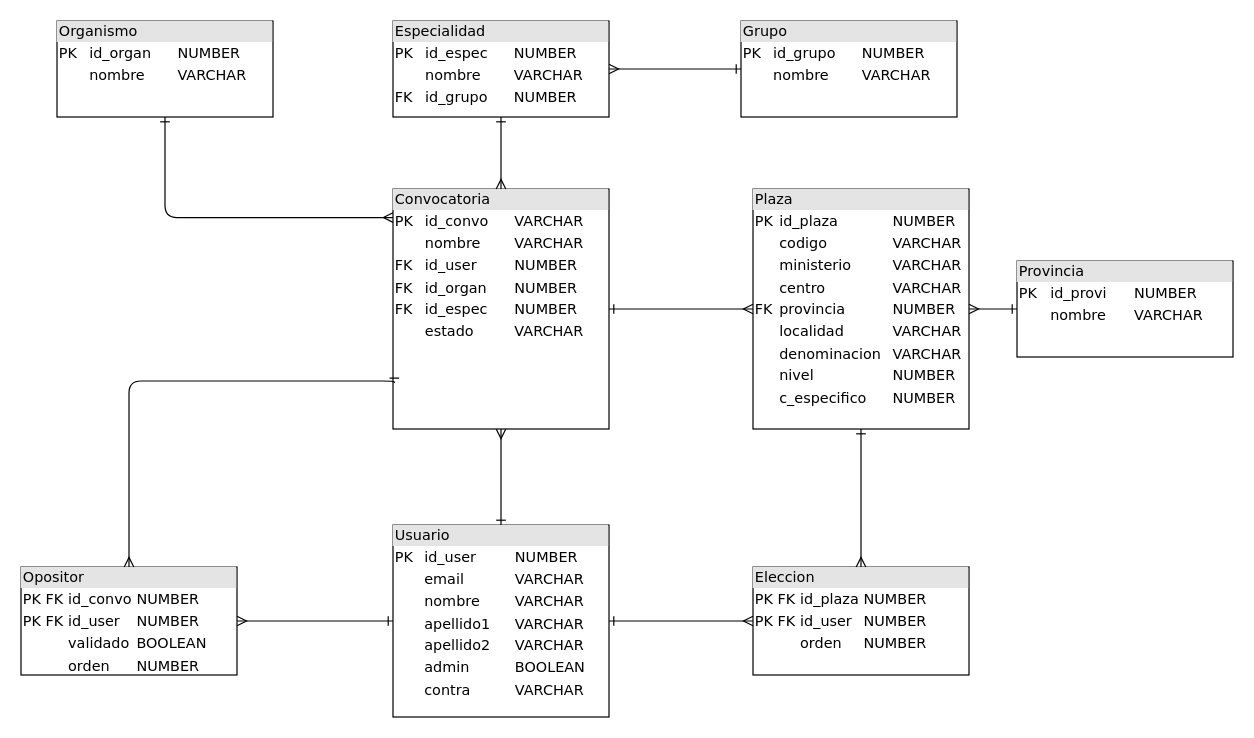
This is src/main/doc/diagramas/DiagramaRelacionalBaseDatos.drawio from Castillo82/simudest, a draw.io file, before an edit. Source tidied: cells renumbered, new cells numbered last; positions are measured from the earlier drawing's top-left corner, leaving out a move shared by most shapes. Both pictures are drawn from the tidied source at 120%, with x=0, y=0 at pixel (20, 20).
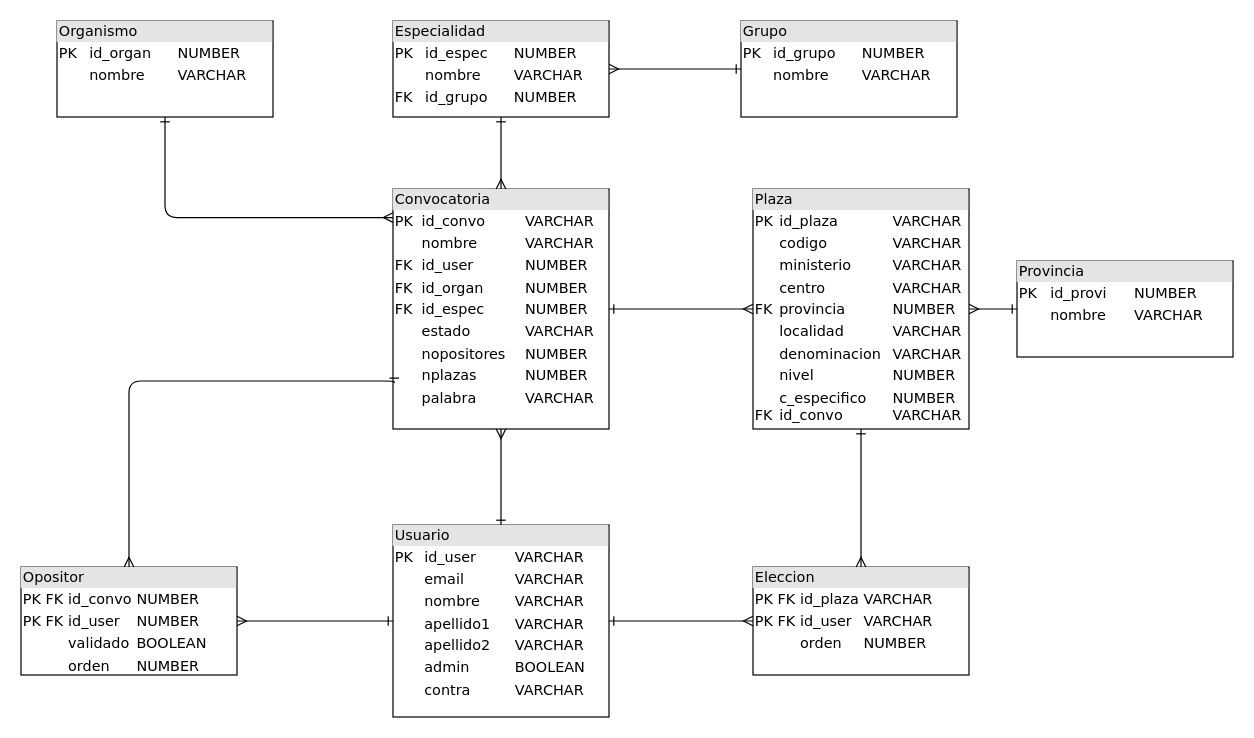
Above is the later version.

Diff of the diagram source:
```diff
@@
-    <mxCell id="2" value="&lt;div style=&quot;box-sizing: border-box ; width: 100% ; background: #e4e4e4 ; padding: 2px&quot;&gt;Plaza&lt;br&gt;&lt;/div&gt;&lt;table style=&quot;width: 100% ; font-size: 1em&quot; cellspacing=&quot;0&quot; cellpadding=&quot;2&quot;&gt;&lt;tbody&gt;&lt;tr&gt;&lt;td&gt;PK&lt;br&gt;&lt;/td&gt;&lt;td&gt;id_plaza&lt;br&gt;&lt;/td&gt;&lt;td&gt;NUMBER&lt;br&gt;&lt;/td&gt;&lt;/tr&gt;&lt;tr&gt;&lt;td&gt;&lt;br&gt;&lt;/td&gt;&lt;td&gt;codigo&lt;br&gt;&lt;/td&gt;&lt;td&gt;VARCHAR&lt;br&gt;&lt;/td&gt;&lt;/tr&gt;&lt;tr&gt;&lt;td&gt;&lt;br&gt;&lt;/td&gt;&lt;td&gt;ministerio&lt;br&gt;&lt;/td&gt;&lt;td&gt;VARCHAR&lt;br&gt;&lt;/td&gt;&lt;/tr&gt;&lt;tr&gt;&lt;td&gt;&lt;br&gt;&lt;/td&gt;&lt;td&gt;centro&lt;br&gt;&lt;/td&gt;&lt;td&gt;VARCHAR&lt;/td&gt;&lt;/tr&gt;&lt;tr&gt;&lt;td&gt;FK&lt;br&gt;&lt;/td&gt;&lt;td&gt;provincia&lt;br&gt;&lt;/td&gt;&lt;td&gt;NUMBER&lt;br&gt;&lt;/td&gt;&lt;/tr&gt;&lt;tr&gt;&lt;td&gt;&lt;br&gt;&lt;/td&gt;&lt;td&gt;localidad&lt;br&gt;&lt;/td&gt;&lt;td&gt;VARCHAR&lt;/td&gt;&lt;/tr&gt;&lt;tr&gt;&lt;td&gt;&lt;br&gt;&lt;/td&gt;&lt;td&gt;denominacion&lt;br&gt;&lt;/td&gt;&lt;td&gt;VARCHAR&lt;/td&gt;&lt;/tr&gt;&lt;tr&gt;&lt;td&gt;&lt;br&gt;&lt;/td&gt;&lt;td&gt;nivel&lt;br&gt;&lt;/td&gt;&lt;td&gt;NUMBER&lt;br&gt;&lt;/td&gt;&lt;/tr&gt;&lt;tr&gt;&lt;td&gt;&lt;br&gt;&lt;/td&gt;&lt;td&gt;c_especifico&lt;br&gt;&lt;/td&gt;&lt;td&gt;NUMBER&lt;br&gt;&lt;/td&gt;&lt;/tr&gt;&lt;/tbody&gt;&lt;/table&gt;" style="verticalAlign=top;align=left;overflow=fill;html=1;rounded=0;shadow=0;comic=0;labelBackgroundColor=none;strokeWidth=1;fontFamily=Verdana;fontSize=12;" parent="1" vertex="1">
+    <mxCell id="2" value="&lt;div style=&quot;box-sizing: border-box ; width: 100% ; background: #e4e4e4 ; padding: 2px&quot;&gt;Plaza&lt;br&gt;&lt;/div&gt;&lt;table style=&quot;width: 100% ; font-size: 1em&quot; cellspacing=&quot;0&quot; cellpadding=&quot;2&quot;&gt;&lt;tbody&gt;&lt;tr&gt;&lt;td&gt;PK&lt;br&gt;&lt;/td&gt;&lt;td&gt;id_plaza&lt;br&gt;&lt;/td&gt;&lt;td&gt;VARCHAR&lt;/td&gt;&lt;/tr&gt;&lt;tr&gt;&lt;td&gt;&lt;br&gt;&lt;/td&gt;&lt;td&gt;codigo&lt;br&gt;&lt;/td&gt;&lt;td&gt;VARCHAR&lt;br&gt;&lt;/td&gt;&lt;/tr&gt;&lt;tr&gt;&lt;td&gt;&lt;br&gt;&lt;/td&gt;&lt;td&gt;ministerio&lt;br&gt;&lt;/td&gt;&lt;td&gt;VARCHAR&lt;br&gt;&lt;/td&gt;&lt;/tr&gt;&lt;tr&gt;&lt;td&gt;&lt;br&gt;&lt;/td&gt;&lt;td&gt;centro&lt;br&gt;&lt;/td&gt;&lt;td&gt;VARCHAR&lt;/td&gt;&lt;/tr&gt;&lt;tr&gt;&lt;td&gt;FK&lt;br&gt;&lt;/td&gt;&lt;td&gt;provincia&lt;br&gt;&lt;/td&gt;&lt;td&gt;NUMBER&lt;br&gt;&lt;/td&gt;&lt;/tr&gt;&lt;tr&gt;&lt;td&gt;&lt;br&gt;&lt;/td&gt;&lt;td&gt;localidad&lt;br&gt;&lt;/td&gt;&lt;td&gt;VARCHAR&lt;/td&gt;&lt;/tr&gt;&lt;tr&gt;&lt;td&gt;&lt;br&gt;&lt;/td&gt;&lt;td&gt;denominacion&lt;br&gt;&lt;/td&gt;&lt;td&gt;VARCHAR&lt;/td&gt;&lt;/tr&gt;&lt;tr&gt;&lt;td&gt;&lt;br&gt;&lt;/td&gt;&lt;td&gt;nivel&lt;br&gt;&lt;/td&gt;&lt;td&gt;NUMBER&lt;br&gt;&lt;/td&gt;&lt;/tr&gt;&lt;tr&gt;&lt;td&gt;&lt;br&gt;FK&lt;br&gt;&lt;/td&gt;&lt;td&gt;c_especifico&lt;br&gt;id_convo&lt;br&gt;&lt;/td&gt;&lt;td&gt;NUMBER&lt;br&gt;VARCHAR&lt;br&gt;&lt;/td&gt;&lt;/tr&gt;&lt;/tbody&gt;&lt;/table&gt;" style="verticalAlign=top;align=left;overflow=fill;html=1;rounded=0;shadow=0;comic=0;labelBackgroundColor=none;strokeWidth=1;fontFamily=Verdana;fontSize=12;" parent="1" vertex="1">
       <mxGeometry x="610" y="140" width="180" height="200" as="geometry" />
     </mxCell>
-    <mxCell id="3" value="&lt;div style=&quot;box-sizing: border-box ; width: 100% ; background: #e4e4e4 ; padding: 2px&quot;&gt;Eleccion&lt;/div&gt;&lt;table cellspacing=&quot;0&quot; cellpadding=&quot;2&quot;&gt;&lt;tbody&gt;&lt;tr&gt;&lt;td&gt;PK FK&lt;br&gt;&lt;/td&gt;&lt;td&gt;id_plaza&lt;br&gt;&lt;/td&gt;&lt;td&gt;NUMBER&lt;br&gt;&lt;/td&gt;&lt;/tr&gt;&lt;tr&gt;&lt;td&gt;PK FK&lt;br&gt;&lt;/td&gt;&lt;td&gt;id_user&lt;br&gt;&lt;/td&gt;&lt;td&gt;NUMBER&lt;br&gt;&lt;/td&gt;&lt;/tr&gt;&lt;tr&gt;&lt;td&gt;&lt;br&gt;&lt;/td&gt;&lt;td&gt;orden&lt;br&gt;&lt;/td&gt;&lt;td&gt;NUMBER&lt;br&gt;&lt;/td&gt;&lt;/tr&gt;&lt;tr&gt;&lt;td&gt;&lt;br&gt;&lt;/td&gt;&lt;td&gt;&lt;br&gt;&lt;/td&gt;&lt;td&gt;&lt;br&gt;&lt;/td&gt;&lt;/tr&gt;&lt;tr&gt;&lt;td&gt;&lt;br&gt;&lt;/td&gt;&lt;td&gt;&lt;br&gt;&lt;/td&gt;&lt;td&gt;&lt;br&gt;&lt;/td&gt;&lt;/tr&gt;&lt;/tbody&gt;&lt;/table&gt;" style="verticalAlign=top;align=left;overflow=fill;html=1;rounded=0;shadow=0;comic=0;labelBackgroundColor=none;strokeWidth=1;fontFamily=Verdana;fontSize=12;" parent="1" vertex="1">
+    <mxCell id="3" value="&lt;div style=&quot;box-sizing: border-box ; width: 100% ; background: #e4e4e4 ; padding: 2px&quot;&gt;Eleccion&lt;/div&gt;&lt;table cellspacing=&quot;0&quot; cellpadding=&quot;2&quot;&gt;&lt;tbody&gt;&lt;tr&gt;&lt;td&gt;PK FK&lt;br&gt;&lt;/td&gt;&lt;td&gt;id_plaza&lt;br&gt;&lt;/td&gt;&lt;td&gt;VARCHAR&lt;/td&gt;&lt;/tr&gt;&lt;tr&gt;&lt;td&gt;PK FK&lt;br&gt;&lt;/td&gt;&lt;td&gt;id_user&lt;br&gt;&lt;/td&gt;&lt;td&gt;VARCHAR&lt;/td&gt;&lt;/tr&gt;&lt;tr&gt;&lt;td&gt;&lt;br&gt;&lt;/td&gt;&lt;td&gt;orden&lt;br&gt;&lt;/td&gt;&lt;td&gt;NUMBER&lt;br&gt;&lt;/td&gt;&lt;/tr&gt;&lt;tr&gt;&lt;td&gt;&lt;br&gt;&lt;/td&gt;&lt;td&gt;&lt;br&gt;&lt;/td&gt;&lt;td&gt;&lt;br&gt;&lt;/td&gt;&lt;/tr&gt;&lt;tr&gt;&lt;td&gt;&lt;br&gt;&lt;/td&gt;&lt;td&gt;&lt;br&gt;&lt;/td&gt;&lt;td&gt;&lt;br&gt;&lt;/td&gt;&lt;/tr&gt;&lt;/tbody&gt;&lt;/table&gt;" style="verticalAlign=top;align=left;overflow=fill;html=1;rounded=0;shadow=0;comic=0;labelBackgroundColor=none;strokeWidth=1;fontFamily=Verdana;fontSize=12;" parent="1" vertex="1">
       <mxGeometry x="610" y="455" width="180" height="90" as="geometry" />
     </mxCell>
@@
-    <mxCell id="9" value="&lt;div style=&quot;box-sizing: border-box ; width: 100% ; background: #e4e4e4 ; padding: 2px&quot;&gt;Usuario&lt;br&gt;&lt;/div&gt;&lt;table style=&quot;width: 100% ; font-size: 1em&quot; cellspacing=&quot;0&quot; cellpadding=&quot;2&quot;&gt;&lt;tbody&gt;&lt;tr&gt;&lt;td&gt;PK&lt;br&gt;&lt;/td&gt;&lt;td&gt;id_user&lt;br&gt;&lt;/td&gt;&lt;td&gt;NUMBER&lt;br&gt;&lt;/td&gt;&lt;/tr&gt;&lt;tr&gt;&lt;td&gt;&lt;br&gt;&lt;/td&gt;&lt;td&gt;email&lt;br&gt;&lt;/td&gt;&lt;td&gt;VARCHAR&lt;br&gt;&lt;/td&gt;&lt;/tr&gt;&lt;tr&gt;&lt;td&gt;&lt;br&gt;&lt;/td&gt;&lt;td&gt;nombre&lt;br&gt;&lt;/td&gt;&lt;td&gt;VARCHAR&lt;/td&gt;&lt;/tr&gt;&lt;tr&gt;&lt;td&gt;&lt;br&gt;&lt;/td&gt;&lt;td&gt;apellido1&lt;br&gt;&lt;/td&gt;&lt;td&gt;VARCHAR&lt;/td&gt;&lt;/tr&gt;&lt;tr&gt;&lt;td&gt;&lt;br&gt;&lt;/td&gt;&lt;td&gt;apellido2&lt;br&gt;&lt;/td&gt;&lt;td&gt;VARCHAR&lt;/td&gt;&lt;/tr&gt;&lt;tr&gt;&lt;td&gt;&lt;br&gt;&lt;/td&gt;&lt;td&gt;admin&lt;/td&gt;&lt;td&gt;BOOLEAN&lt;br&gt;&lt;/td&gt;&lt;/tr&gt;&lt;tr&gt;&lt;td&gt;&lt;br&gt;&lt;/td&gt;&lt;td&gt;contra&lt;br&gt;&lt;/td&gt;&lt;td&gt;VARCHAR&lt;br&gt;&lt;/td&gt;&lt;/tr&gt;&lt;/tbody&gt;&lt;/table&gt;" style="verticalAlign=top;align=left;overflow=fill;html=1;rounded=0;shadow=0;comic=0;labelBackgroundColor=none;strokeWidth=1;fontFamily=Verdana;fontSize=12;" parent="1" vertex="1">
+    <mxCell id="9" value="&lt;div style=&quot;box-sizing: border-box ; width: 100% ; background: #e4e4e4 ; padding: 2px&quot;&gt;Usuario&lt;br&gt;&lt;/div&gt;&lt;table style=&quot;width: 100% ; font-size: 1em&quot; cellspacing=&quot;0&quot; cellpadding=&quot;2&quot;&gt;&lt;tbody&gt;&lt;tr&gt;&lt;td&gt;PK&lt;br&gt;&lt;/td&gt;&lt;td&gt;id_user&lt;br&gt;&lt;/td&gt;&lt;td&gt;VARCHAR&lt;/td&gt;&lt;/tr&gt;&lt;tr&gt;&lt;td&gt;&lt;br&gt;&lt;/td&gt;&lt;td&gt;email&lt;br&gt;&lt;/td&gt;&lt;td&gt;VARCHAR&lt;br&gt;&lt;/td&gt;&lt;/tr&gt;&lt;tr&gt;&lt;td&gt;&lt;br&gt;&lt;/td&gt;&lt;td&gt;nombre&lt;br&gt;&lt;/td&gt;&lt;td&gt;VARCHAR&lt;/td&gt;&lt;/tr&gt;&lt;tr&gt;&lt;td&gt;&lt;br&gt;&lt;/td&gt;&lt;td&gt;apellido1&lt;br&gt;&lt;/td&gt;&lt;td&gt;VARCHAR&lt;/td&gt;&lt;/tr&gt;&lt;tr&gt;&lt;td&gt;&lt;br&gt;&lt;/td&gt;&lt;td&gt;apellido2&lt;br&gt;&lt;/td&gt;&lt;td&gt;VARCHAR&lt;/td&gt;&lt;/tr&gt;&lt;tr&gt;&lt;td&gt;&lt;br&gt;&lt;/td&gt;&lt;td&gt;admin&lt;/td&gt;&lt;td&gt;BOOLEAN&lt;br&gt;&lt;/td&gt;&lt;/tr&gt;&lt;tr&gt;&lt;td&gt;&lt;br&gt;&lt;/td&gt;&lt;td&gt;contra&lt;br&gt;&lt;/td&gt;&lt;td&gt;VARCHAR&lt;br&gt;&lt;/td&gt;&lt;/tr&gt;&lt;/tbody&gt;&lt;/table&gt;" style="verticalAlign=top;align=left;overflow=fill;html=1;rounded=0;shadow=0;comic=0;labelBackgroundColor=none;strokeWidth=1;fontFamily=Verdana;fontSize=12;" parent="1" vertex="1">
       <mxGeometry x="310" y="420" width="180" height="160" as="geometry" />
     </mxCell>
-    <mxCell id="10" value="&lt;div style=&quot;box-sizing: border-box ; width: 100% ; background: #e4e4e4 ; padding: 2px&quot;&gt;Convocatoria&lt;br&gt;&lt;/div&gt;&lt;table style=&quot;width: 100% ; font-size: 1em&quot; cellspacing=&quot;0&quot; cellpadding=&quot;2&quot;&gt;&lt;tbody&gt;&lt;tr&gt;&lt;td&gt;PK&lt;br&gt;&lt;/td&gt;&lt;td&gt;id_convo&lt;br&gt;&lt;/td&gt;&lt;td&gt;VARCHAR&lt;br&gt;&lt;/td&gt;&lt;/tr&gt;&lt;tr&gt;&lt;td&gt;&lt;br&gt;&lt;/td&gt;&lt;td&gt;nombre&lt;br&gt;&lt;/td&gt;&lt;td&gt;VARCHAR&lt;br&gt;&lt;/td&gt;&lt;/tr&gt;&lt;tr&gt;&lt;td&gt;FK&lt;br&gt;&lt;/td&gt;&lt;td&gt;id_user&lt;br&gt;&lt;/td&gt;&lt;td&gt;NUMBER&lt;br&gt;&lt;/td&gt;&lt;/tr&gt;&lt;tr&gt;&lt;td&gt;FK&lt;br&gt;&lt;/td&gt;&lt;td&gt;id_organ&lt;br&gt;&lt;/td&gt;&lt;td&gt;NUMBER&lt;br&gt;&lt;/td&gt;&lt;/tr&gt;&lt;tr&gt;&lt;td&gt;FK&lt;br&gt;&lt;/td&gt;&lt;td&gt;id_espec&lt;br&gt;&lt;/td&gt;&lt;td&gt;NUMBER&lt;br&gt;&lt;/td&gt;&lt;/tr&gt;&lt;tr&gt;&lt;td&gt;&lt;br&gt;&lt;/td&gt;&lt;td&gt;estado&lt;br&gt;&lt;/td&gt;&lt;td&gt;VARCHAR&lt;br&gt;&lt;/td&gt;&lt;/tr&gt;&lt;tr&gt;&lt;td&gt;&lt;br&gt;&lt;/td&gt;&lt;td&gt;&lt;br&gt;&lt;/td&gt;&lt;td&gt;&lt;br&gt;&lt;/td&gt;&lt;/tr&gt;&lt;tr&gt;&lt;td&gt;&lt;br&gt;&lt;/td&gt;&lt;td&gt;&lt;br&gt;&lt;/td&gt;&lt;td&gt;&lt;br&gt;&lt;/td&gt;&lt;/tr&gt;&lt;tr&gt;&lt;td&gt;&lt;br&gt;&lt;/td&gt;&lt;td&gt;&lt;br&gt;&lt;/td&gt;&lt;td&gt;&lt;br&gt;&lt;/td&gt;&lt;/tr&gt;&lt;tr&gt;&lt;td&gt;&lt;br&gt;&lt;/td&gt;&lt;td&gt;&lt;br&gt;&lt;/td&gt;&lt;td&gt;&lt;br&gt;&lt;/td&gt;&lt;/tr&gt;&lt;tr&gt;&lt;td&gt;&lt;br&gt;&lt;/td&gt;&lt;td&gt;&lt;br&gt;&lt;/td&gt;&lt;td&gt;&lt;br&gt;&lt;/td&gt;&lt;/tr&gt;&lt;/tbody&gt;&lt;/table&gt;" style="verticalAlign=top;align=left;overflow=fill;html=1;rounded=0;shadow=0;comic=0;labelBackgroundColor=none;strokeWidth=1;fontFamily=Verdana;fontSize=12;" parent="1" vertex="1">
+    <mxCell id="10" value="&lt;div style=&quot;box-sizing: border-box ; width: 100% ; background: #e4e4e4 ; padding: 2px&quot;&gt;Convocatoria&lt;br&gt;&lt;/div&gt;&lt;table style=&quot;width: 100% ; font-size: 1em&quot; cellspacing=&quot;0&quot; cellpadding=&quot;2&quot;&gt;&lt;tbody&gt;&lt;tr&gt;&lt;td&gt;PK&lt;br&gt;&lt;/td&gt;&lt;td&gt;id_convo&lt;br&gt;&lt;/td&gt;&lt;td&gt;VARCHAR&lt;br&gt;&lt;/td&gt;&lt;/tr&gt;&lt;tr&gt;&lt;td&gt;&lt;br&gt;&lt;/td&gt;&lt;td&gt;nombre&lt;br&gt;&lt;/td&gt;&lt;td&gt;VARCHAR&lt;br&gt;&lt;/td&gt;&lt;/tr&gt;&lt;tr&gt;&lt;td&gt;FK&lt;br&gt;&lt;/td&gt;&lt;td&gt;id_user&lt;br&gt;&lt;/td&gt;&lt;td&gt;NUMBER&lt;br&gt;&lt;/td&gt;&lt;/tr&gt;&lt;tr&gt;&lt;td&gt;FK&lt;br&gt;&lt;/td&gt;&lt;td&gt;id_organ&lt;br&gt;&lt;/td&gt;&lt;td&gt;NUMBER&lt;br&gt;&lt;/td&gt;&lt;/tr&gt;&lt;tr&gt;&lt;td&gt;FK&lt;br&gt;&lt;/td&gt;&lt;td&gt;id_espec&lt;br&gt;&lt;/td&gt;&lt;td&gt;NUMBER&lt;br&gt;&lt;/td&gt;&lt;/tr&gt;&lt;tr&gt;&lt;td&gt;&lt;br&gt;&lt;/td&gt;&lt;td&gt;estado&lt;br&gt;&lt;/td&gt;&lt;td&gt;VARCHAR&lt;br&gt;&lt;/td&gt;&lt;/tr&gt;&lt;tr&gt;&lt;td&gt;&lt;br&gt;&lt;/td&gt;&lt;td&gt;nopositores&lt;br&gt;&lt;/td&gt;&lt;td&gt;NUMBER&lt;/td&gt;&lt;/tr&gt;&lt;tr&gt;&lt;td&gt;&lt;br&gt;&lt;/td&gt;&lt;td&gt;nplazas&lt;br&gt;&lt;/td&gt;&lt;td&gt;NUMBER&lt;/td&gt;&lt;/tr&gt;&lt;tr&gt;&lt;td&gt;&lt;br&gt;&lt;/td&gt;&lt;td&gt;palabra&lt;br&gt;&lt;/td&gt;&lt;td&gt;VARCHAR&lt;/td&gt;&lt;/tr&gt;&lt;tr&gt;&lt;td&gt;&lt;br&gt;&lt;/td&gt;&lt;td&gt;&lt;br&gt;&lt;/td&gt;&lt;td&gt;&lt;br&gt;&lt;/td&gt;&lt;/tr&gt;&lt;tr&gt;&lt;td&gt;&lt;br&gt;&lt;/td&gt;&lt;td&gt;&lt;br&gt;&lt;/td&gt;&lt;td&gt;&lt;br&gt;&lt;/td&gt;&lt;/tr&gt;&lt;/tbody&gt;&lt;/table&gt;" style="verticalAlign=top;align=left;overflow=fill;html=1;rounded=0;shadow=0;comic=0;labelBackgroundColor=none;strokeWidth=1;fontFamily=Verdana;fontSize=12;" parent="1" vertex="1">
       <mxGeometry x="310" y="140" width="180" height="200" as="geometry" />
     </mxCell>
```
